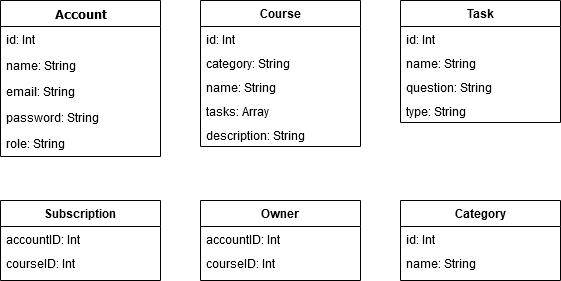
Earlier version of the draw.io export Wireframes/Objekte.png (dsudau/Lernplattform). Source tidied: cells renumbered, new cells last; positions are measured from the earlier drawing's top-left corner, leaving out a move shared by most shapes. Its diagram source:
```xml
<mxGraphModel background="#ffffff">
  <root>
    <mxCell id="0" />
    <mxCell id="1" parent="0" />
    <mxCell id="2" value="Account" style="swimlane;html=1;fontStyle=1;align=center;verticalAlign=top;horizontal=1;startSize=26;swimlaneFillColor=none;rounded=0;shadow=0;comic=0;labelBackgroundColor=none;strokeWidth=1;fontFamily=Verdana;fontSize=12;fillColor=none;" parent="1" vertex="1">
      <mxGeometry width="160" height="156" as="geometry" />
    </mxCell>
    <mxCell id="3" value="id: Int" style="text;html=1;strokeColor=none;align=left;verticalAlign=top;spacingLeft=4;spacingRight=4;whiteSpace=wrap;overflow=hidden;labelBackgroundColor=none;" parent="2" vertex="1">
      <mxGeometry y="26" width="160" height="26" as="geometry" />
    </mxCell>
    <mxCell id="4" value="name: String" style="text;html=1;strokeColor=none;align=left;verticalAlign=top;spacingLeft=4;spacingRight=4;whiteSpace=wrap;overflow=hidden;labelBackgroundColor=none;" parent="2" vertex="1">
      <mxGeometry y="52" width="160" height="26" as="geometry" />
    </mxCell>
    <mxCell id="5" value="email: String" style="text;html=1;strokeColor=none;align=left;verticalAlign=top;spacingLeft=4;spacingRight=4;whiteSpace=wrap;overflow=hidden;labelBackgroundColor=none;" parent="2" vertex="1">
      <mxGeometry y="78" width="160" height="26" as="geometry" />
    </mxCell>
    <mxCell id="6" value="password: String" style="text;html=1;strokeColor=none;align=left;verticalAlign=top;spacingLeft=4;spacingRight=4;whiteSpace=wrap;overflow=hidden;labelBackgroundColor=none;" parent="2" vertex="1">
      <mxGeometry y="104" width="160" height="26" as="geometry" />
    </mxCell>
    <mxCell id="7" value="role: String" style="text;html=1;strokeColor=none;align=left;verticalAlign=top;spacingLeft=4;spacingRight=4;whiteSpace=wrap;overflow=hidden;labelBackgroundColor=none;" parent="2" vertex="1">
      <mxGeometry y="130" width="160" height="26" as="geometry" />
    </mxCell>
    <mxCell id="8" value="Course&#10;" style="swimlane;fontStyle=1;align=center;verticalAlign=top;horizontal=1;startSize=26;labelBackgroundColor=none;fillColor=none;" parent="1" vertex="1">
      <mxGeometry x="200" width="160" height="146" as="geometry" />
    </mxCell>
    <mxCell id="9" value="id: Int" style="text;strokeColor=none;align=left;verticalAlign=top;spacingLeft=4;spacingRight=4;overflow=hidden;labelBackgroundColor=none;" parent="8" vertex="1">
      <mxGeometry y="26" width="160" height="24" as="geometry" />
    </mxCell>
    <mxCell id="10" value="category: String" style="text;strokeColor=none;align=left;verticalAlign=top;spacingLeft=4;spacingRight=4;overflow=hidden;labelBackgroundColor=none;" parent="8" vertex="1">
      <mxGeometry y="50" width="160" height="24" as="geometry" />
    </mxCell>
    <mxCell id="11" value="name: String" style="text;strokeColor=none;align=left;verticalAlign=top;spacingLeft=4;spacingRight=4;overflow=hidden;labelBackgroundColor=none;" parent="8" vertex="1">
      <mxGeometry y="74" width="160" height="24" as="geometry" />
    </mxCell>
    <mxCell id="12" value="tasks: Array" style="text;strokeColor=none;align=left;verticalAlign=top;spacingLeft=4;spacingRight=4;overflow=hidden;labelBackgroundColor=none;" parent="8" vertex="1">
      <mxGeometry y="98" width="160" height="24" as="geometry" />
    </mxCell>
    <mxCell id="13" value="description: String" style="text;strokeColor=none;align=left;verticalAlign=top;spacingLeft=4;spacingRight=4;overflow=hidden;labelBackgroundColor=none;" parent="8" vertex="1">
      <mxGeometry y="122" width="160" height="24" as="geometry" />
    </mxCell>
    <mxCell id="14" value="Task" style="swimlane;fontStyle=1;align=center;verticalAlign=top;horizontal=1;startSize=26;labelBackgroundColor=none;fillColor=none;" parent="1" vertex="1">
      <mxGeometry x="400" width="160" height="122" as="geometry" />
    </mxCell>
    <mxCell id="15" value="id: Int" style="text;strokeColor=none;align=left;verticalAlign=top;spacingLeft=4;spacingRight=4;overflow=hidden;labelBackgroundColor=none;" parent="14" vertex="1">
      <mxGeometry y="26" width="160" height="24" as="geometry" />
    </mxCell>
    <mxCell id="16" value="name: String" style="text;strokeColor=none;align=left;verticalAlign=top;spacingLeft=4;spacingRight=4;overflow=hidden;labelBackgroundColor=none;" parent="14" vertex="1">
      <mxGeometry y="50" width="160" height="24" as="geometry" />
    </mxCell>
    <mxCell id="17" value="question: String" style="text;strokeColor=none;align=left;verticalAlign=top;spacingLeft=4;spacingRight=4;overflow=hidden;labelBackgroundColor=none;" parent="14" vertex="1">
      <mxGeometry y="74" width="160" height="24" as="geometry" />
    </mxCell>
    <mxCell id="18" value="type: String" style="text;strokeColor=none;align=left;verticalAlign=top;spacingLeft=4;spacingRight=4;overflow=hidden;labelBackgroundColor=none;" parent="14" vertex="1">
      <mxGeometry y="98" width="160" height="24" as="geometry" />
    </mxCell>
    <mxCell id="19" value="Subscription" style="swimlane;fontStyle=1;align=center;verticalAlign=top;horizontal=1;startSize=26;labelBackgroundColor=none;fillColor=none;" parent="1" vertex="1">
      <mxGeometry y="200" width="160" height="80" as="geometry" />
    </mxCell>
    <mxCell id="20" value="accountID: Int" style="text;strokeColor=none;align=left;verticalAlign=top;spacingLeft=4;spacingRight=4;overflow=hidden;labelBackgroundColor=none;" parent="19" vertex="1">
      <mxGeometry y="26" width="160" height="24" as="geometry" />
    </mxCell>
    <mxCell id="21" value="courseID: Int" style="text;strokeColor=none;align=left;verticalAlign=top;spacingLeft=4;spacingRight=4;overflow=hidden;labelBackgroundColor=none;" parent="19" vertex="1">
      <mxGeometry y="50" width="160" height="24" as="geometry" />
    </mxCell>
    <mxCell id="22" value="Owner" style="swimlane;fontStyle=1;align=center;verticalAlign=top;horizontal=1;startSize=26;labelBackgroundColor=none;fillColor=none;" parent="1" vertex="1">
      <mxGeometry x="200" y="200" width="160" height="80" as="geometry" />
    </mxCell>
    <mxCell id="23" value="accountID: Int" style="text;strokeColor=none;align=left;verticalAlign=top;spacingLeft=4;spacingRight=4;overflow=hidden;labelBackgroundColor=none;" parent="22" vertex="1">
      <mxGeometry y="26" width="160" height="24" as="geometry" />
    </mxCell>
    <mxCell id="24" value="courseID: Int" style="text;strokeColor=none;align=left;verticalAlign=top;spacingLeft=4;spacingRight=4;overflow=hidden;labelBackgroundColor=none;" parent="22" vertex="1">
      <mxGeometry y="50" width="160" height="24" as="geometry" />
    </mxCell>
    <mxCell id="25" value="Category" style="swimlane;fontStyle=1;align=center;verticalAlign=top;horizontal=1;startSize=26;labelBackgroundColor=none;fillColor=none;" parent="1" vertex="1">
      <mxGeometry x="400" y="200" width="160" height="80" as="geometry" />
    </mxCell>
    <mxCell id="26" value="id: Int" style="text;strokeColor=none;align=left;verticalAlign=top;spacingLeft=4;spacingRight=4;overflow=hidden;labelBackgroundColor=none;" parent="25" vertex="1">
      <mxGeometry y="26" width="160" height="24" as="geometry" />
    </mxCell>
    <mxCell id="27" value="name: String" style="text;strokeColor=none;align=left;verticalAlign=top;spacingLeft=4;spacingRight=4;overflow=hidden;labelBackgroundColor=none;" parent="25" vertex="1">
      <mxGeometry y="50" width="160" height="24" as="geometry" />
    </mxCell>
  </root>
</mxGraphModel>
```
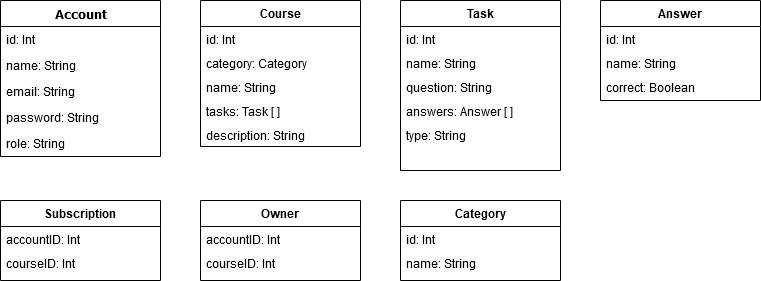
After the commit.

Change to the diagram source:
```diff
@@ -26,20 +26,20 @@
     <mxCell id="9" value="id: Int" style="text;strokeColor=none;align=left;verticalAlign=top;spacingLeft=4;spacingRight=4;overflow=hidden;labelBackgroundColor=none;" parent="8" vertex="1">
       <mxGeometry y="26" width="160" height="24" as="geometry" />
     </mxCell>
-    <mxCell id="10" value="category: String" style="text;strokeColor=none;align=left;verticalAlign=top;spacingLeft=4;spacingRight=4;overflow=hidden;labelBackgroundColor=none;" parent="8" vertex="1">
+    <mxCell id="10" value="category: Category" style="text;strokeColor=none;align=left;verticalAlign=top;spacingLeft=4;spacingRight=4;overflow=hidden;labelBackgroundColor=none;" parent="8" vertex="1">
       <mxGeometry y="50" width="160" height="24" as="geometry" />
     </mxCell>
     <mxCell id="11" value="name: String" style="text;strokeColor=none;align=left;verticalAlign=top;spacingLeft=4;spacingRight=4;overflow=hidden;labelBackgroundColor=none;" parent="8" vertex="1">
       <mxGeometry y="74" width="160" height="24" as="geometry" />
     </mxCell>
-    <mxCell id="12" value="tasks: Array" style="text;strokeColor=none;align=left;verticalAlign=top;spacingLeft=4;spacingRight=4;overflow=hidden;labelBackgroundColor=none;" parent="8" vertex="1">
+    <mxCell id="12" value="tasks: Task [ ]" style="text;strokeColor=none;align=left;verticalAlign=top;spacingLeft=4;spacingRight=4;overflow=hidden;labelBackgroundColor=none;" parent="8" vertex="1">
       <mxGeometry y="98" width="160" height="24" as="geometry" />
     </mxCell>
     <mxCell id="13" value="description: String" style="text;strokeColor=none;align=left;verticalAlign=top;spacingLeft=4;spacingRight=4;overflow=hidden;labelBackgroundColor=none;" parent="8" vertex="1">
       <mxGeometry y="122" width="160" height="24" as="geometry" />
     </mxCell>
     <mxCell id="14" value="Task" style="swimlane;fontStyle=1;align=center;verticalAlign=top;horizontal=1;startSize=26;labelBackgroundColor=none;fillColor=none;" parent="1" vertex="1">
-      <mxGeometry x="400" width="160" height="122" as="geometry" />
+      <mxGeometry x="400" width="160" height="170" as="geometry" />
     </mxCell>
     <mxCell id="15" value="id: Int" style="text;strokeColor=none;align=left;verticalAlign=top;spacingLeft=4;spacingRight=4;overflow=hidden;labelBackgroundColor=none;" parent="14" vertex="1">
       <mxGeometry y="26" width="160" height="24" as="geometry" />
@@ -50,9 +50,12 @@
     <mxCell id="17" value="question: String" style="text;strokeColor=none;align=left;verticalAlign=top;spacingLeft=4;spacingRight=4;overflow=hidden;labelBackgroundColor=none;" parent="14" vertex="1">
       <mxGeometry y="74" width="160" height="24" as="geometry" />
     </mxCell>
-    <mxCell id="18" value="type: String" style="text;strokeColor=none;align=left;verticalAlign=top;spacingLeft=4;spacingRight=4;overflow=hidden;labelBackgroundColor=none;" parent="14" vertex="1">
+    <mxCell id="18" value="answers: Answer [ ]" style="text;strokeColor=none;align=left;verticalAlign=top;spacingLeft=4;spacingRight=4;overflow=hidden;labelBackgroundColor=none;" parent="14" vertex="1">
       <mxGeometry y="98" width="160" height="24" as="geometry" />
     </mxCell>
+    <mxCell id="28" value="type: String" style="text;strokeColor=none;align=left;verticalAlign=top;spacingLeft=4;spacingRight=4;overflow=hidden;labelBackgroundColor=none;" parent="14" vertex="1">
+      <mxGeometry y="122" width="160" height="24" as="geometry" />
+    </mxCell>
     <mxCell id="19" value="Subscription" style="swimlane;fontStyle=1;align=center;verticalAlign=top;horizontal=1;startSize=26;labelBackgroundColor=none;fillColor=none;" parent="1" vertex="1">
       <mxGeometry y="200" width="160" height="80" as="geometry" />
     </mxCell>
@@ -80,5 +83,17 @@
     <mxCell id="27" value="name: String" style="text;strokeColor=none;align=left;verticalAlign=top;spacingLeft=4;spacingRight=4;overflow=hidden;labelBackgroundColor=none;" parent="25" vertex="1">
       <mxGeometry y="50" width="160" height="24" as="geometry" />
     </mxCell>
+    <mxCell id="29" value="Answer" style="swimlane;fontStyle=1;align=center;verticalAlign=top;horizontal=1;startSize=26;labelBackgroundColor=none;fillColor=none;" parent="1" vertex="1">
+      <mxGeometry x="600" width="160" height="100" as="geometry" />
+    </mxCell>
+    <mxCell id="30" value="id: Int" style="text;strokeColor=none;align=left;verticalAlign=top;spacingLeft=4;spacingRight=4;overflow=hidden;labelBackgroundColor=none;" parent="29" vertex="1">
+      <mxGeometry y="26" width="160" height="24" as="geometry" />
+    </mxCell>
+    <mxCell id="31" value="name: String" style="text;strokeColor=none;align=left;verticalAlign=top;spacingLeft=4;spacingRight=4;overflow=hidden;labelBackgroundColor=none;" parent="29" vertex="1">
+      <mxGeometry y="50" width="160" height="24" as="geometry" />
+    </mxCell>
+    <mxCell id="32" value="correct: Boolean" style="text;strokeColor=none;align=left;verticalAlign=top;spacingLeft=4;spacingRight=4;overflow=hidden;labelBackgroundColor=none;" parent="29" vertex="1">
+      <mxGeometry y="74" width="160" height="24" as="geometry" />
+    </mxCell>
   </root>
 </mxGraphModel>
```
